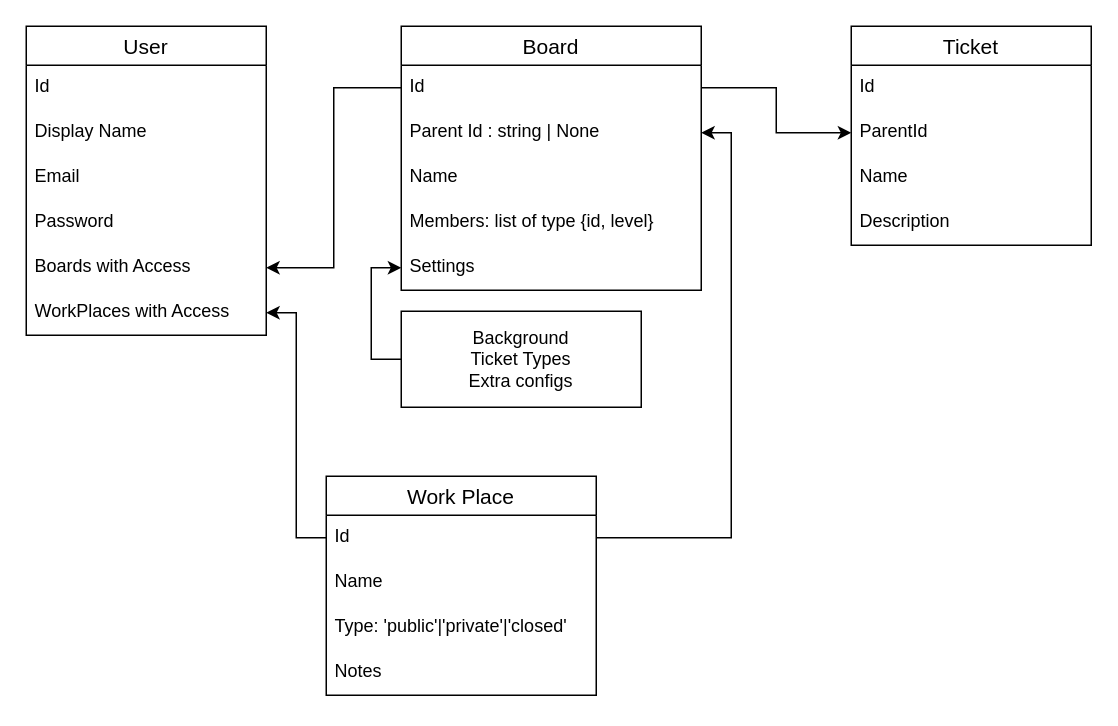
The draw.io diagram plans.drawio in weatris/Taskly, before the edit. Source tidied: cells renumbered, new cells numbered last; positions are measured from the earlier drawing's top-left corner, leaving out a move shared by most shapes. Both pictures are drawn from the tidied source at 150%, with x=0, y=0 at pixel (26, 26).
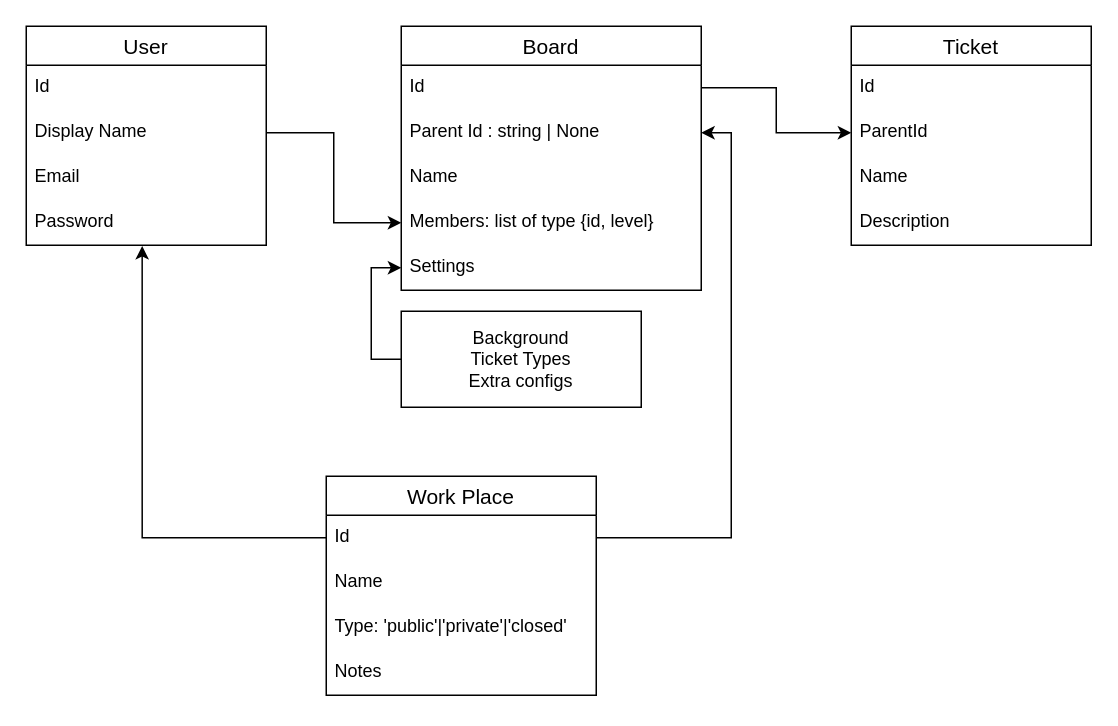
The same page after the edit.

Unchanged cells that the change refers to:
```xml
<mxCell id="4" value="Display Name" style="text;strokeColor=none;fillColor=none;spacingLeft=4;spacingRight=4;overflow=hidden;points=[[0,0.5],[1,0.5]];portConstraint=eastwest;fontSize=12;whiteSpace=wrap;html=1;" parent="2" vertex="1">
  <mxGeometry y="56" width="160" height="30" as="geometry" />
</mxCell>
<mxCell id="6" value="Password" style="text;strokeColor=none;fillColor=none;spacingLeft=4;spacingRight=4;overflow=hidden;points=[[0,0.5],[1,0.5]];portConstraint=eastwest;fontSize=12;whiteSpace=wrap;html=1;" parent="2" vertex="1">
  <mxGeometry y="116" width="160" height="30" as="geometry" />
</mxCell>
<mxCell id="10" value="Id" style="text;strokeColor=none;fillColor=none;spacingLeft=4;spacingRight=4;overflow=hidden;points=[[0,0.5],[1,0.5]];portConstraint=eastwest;fontSize=12;whiteSpace=wrap;html=1;" parent="9" vertex="1">
  <mxGeometry y="26" width="180" height="30" as="geometry" />
</mxCell>
<mxCell id="15" value="Id" style="text;strokeColor=none;fillColor=none;spacingLeft=4;spacingRight=4;overflow=hidden;points=[[0,0.5],[1,0.5]];portConstraint=eastwest;fontSize=12;whiteSpace=wrap;html=1;" parent="14" vertex="1">
  <mxGeometry y="26" width="200" height="30" as="geometry" />
</mxCell>
<mxCell id="18" value="Members: list of type {id, level}" style="text;strokeColor=none;fillColor=none;spacingLeft=4;spacingRight=4;overflow=hidden;points=[[0,0.5],[1,0.5]];portConstraint=eastwest;fontSize=12;whiteSpace=wrap;html=1;" parent="14" vertex="1">
  <mxGeometry y="116" width="200" height="30" as="geometry" />
</mxCell>
```

Diff of the diagram source:
```diff
@@
     <mxCell id="2" value="User" style="swimlane;fontStyle=0;horizontal=1;startSize=26;align=center;fontSize=14;" parent="1" vertex="1">
-      <mxGeometry width="160" height="206" as="geometry" />
+      <mxGeometry width="160" height="146" as="geometry" />
     </mxCell>
@@
-    <mxCell id="7" value="Boards with Access" style="text;strokeColor=none;fillColor=none;spacingLeft=4;spacingRight=4;overflow=hidden;points=[[0,0.5],[1,0.5]];portConstraint=eastwest;fontSize=12;whiteSpace=wrap;html=1;" parent="2" vertex="1">
-      <mxGeometry y="146" width="160" height="30" as="geometry" />
-    </mxCell>
-    <mxCell id="8" value="WorkPlaces with Access" style="text;strokeColor=none;fillColor=none;spacingLeft=4;spacingRight=4;overflow=hidden;points=[[0,0.5],[1,0.5]];portConstraint=eastwest;fontSize=12;whiteSpace=wrap;html=1;" parent="2" vertex="1">
-      <mxGeometry y="176" width="160" height="30" as="geometry" />
-    </mxCell>
@@
-    <mxCell id="22" style="edgeStyle=orthogonalEdgeStyle;rounded=0;jettySize=auto;html=1;exitX=0;exitY=0.5;exitDx=0;exitDy=0;entryX=1;entryY=0.5;entryDx=0;entryDy=0;" parent="1" edge="1" source="10" target="8">
+    <mxCell id="22" style="edgeStyle=orthogonalEdgeStyle;rounded=0;jettySize=auto;html=1;exitX=0;exitY=0.5;exitDx=0;exitDy=0;entryX=0.483;entryY=1.017;entryDx=0;entryDy=0;entryPerimeter=0;" parent="1" edge="1" source="10" target="6">
       <mxGeometry relative="1" as="geometry" />
     </mxCell>
-    <mxCell id="23" style="edgeStyle=orthogonalEdgeStyle;rounded=0;jettySize=auto;html=1;exitX=0;exitY=0.5;exitDx=0;exitDy=0;entryX=1;entryY=0.5;entryDx=0;entryDy=0;" parent="1" edge="1" source="15" target="7">
-      <mxGeometry relative="1" as="geometry" />
-    </mxCell>
@@
+    <mxCell id="31" style="edgeStyle=orthogonalEdgeStyle;rounded=0;jettySize=auto;html=1;exitX=1;exitY=0.5;exitDx=0;exitDy=0;entryX=0;entryY=0.5;entryDx=0;entryDy=0;" parent="1" edge="1" source="4" target="18">
+      <mxGeometry relative="1" as="geometry" />
+    </mxCell>
```
